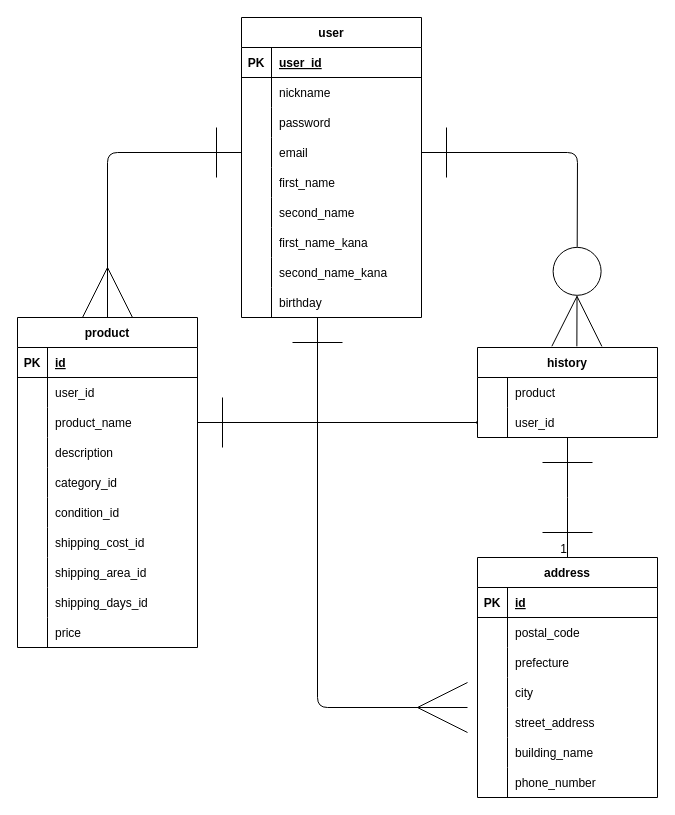
This is test.dio from shimozumakento/furima-laiblitz-a, a draw.io file, before an edit. Source tidied: cells renumbered, new cells numbered last; positions are measured from the earlier drawing's top-left corner, leaving out a move shared by most shapes. Both pictures are drawn from the tidied source at 100%, with x=0, y=0 at pixel (17, 17).
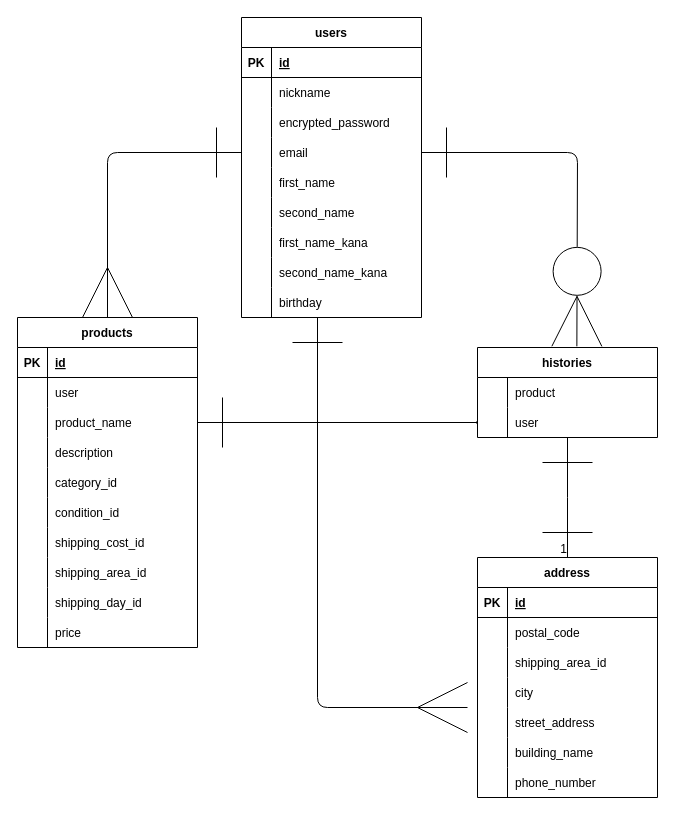
The same diagram, later.

Commit message (it also covers changes not shown here):
データベース設計　修正②

Unchanged cells that the change refers to:
```xml
<mxCell id="3" style="shape=tableRow;horizontal=0;startSize=0;swimlaneHead=0;swimlaneBody=0;fillColor=none;top=0;left=0;right=0;bottom=1;" parent="2" vertex="1">
  <mxGeometry y="30" width="180" height="30" as="geometry" />
</mxCell>
<mxCell id="9" style="shape=tableRow;horizontal=0;startSize=0;swimlaneHead=0;swimlaneBody=0;fillColor=none;top=0;left=0;right=0;bottom=0;" parent="2" vertex="1">
  <mxGeometry y="90" width="180" height="30" as="geometry" />
</mxCell>
<mxCell id="34" style="shape=tableRow;horizontal=0;startSize=0;swimlaneHead=0;swimlaneBody=0;fillColor=none;top=0;left=0;right=0;bottom=0;" parent="30" vertex="1">
  <mxGeometry y="60" width="180" height="30" as="geometry" />
</mxCell>
<mxCell id="55" style="shape=tableRow;horizontal=0;startSize=0;swimlaneHead=0;swimlaneBody=0;fillColor=none;top=0;left=0;right=0;bottom=0;" parent="30" vertex="1">
  <mxGeometry y="270" width="180" height="30" as="geometry" />
</mxCell>
<mxCell id="65" style="shape=tableRow;horizontal=0;startSize=0;swimlaneHead=0;swimlaneBody=0;fillColor=none;points=[[0,0.5],[1,0.5]];portConstraint=eastwest;top=0;left=0;right=0;bottom=0;" parent="61" vertex="1">
  <mxGeometry y="60" width="180" height="30" as="geometry" />
</mxCell>
<mxCell id="78" style="shape=tableRow;horizontal=0;startSize=0;swimlaneHead=0;swimlaneBody=0;fillColor=none;top=0;left=0;right=0;bottom=0;" parent="71" vertex="1">
  <mxGeometry y="90" width="180" height="30" as="geometry" />
</mxCell>
```

Diff of the diagram source:
```diff
@@
-    <mxCell id="2" value="user" style="shape=table;startSize=30;childLayout=tableLayout;rowLines=0;fontStyle=1;align=center;" parent="1" vertex="1">
+    <mxCell id="2" value="users" style="shape=table;startSize=30;childLayout=tableLayout;rowLines=0;fontStyle=1;align=center;" parent="1" vertex="1">
       <mxGeometry x="224" width="180" height="300" as="geometry" />
     </mxCell>
@@
-    <mxCell id="5" value="user_id" style="shape=partialRectangle;fillColor=none;top=0;left=0;bottom=0;right=0;align=left;spacingLeft=6;fontStyle=5;overflow=hidden;" parent="3" vertex="1">
+    <mxCell id="5" value="id" style="shape=partialRectangle;fillColor=none;top=0;left=0;bottom=0;right=0;align=left;spacingLeft=6;fontStyle=5;overflow=hidden;" parent="3" vertex="1">
       <mxGeometry x="30" width="150" height="30" as="geometry" />
     </mxCell>
@@
-    <mxCell id="11" value="password" style="shape=partialRectangle;fillColor=none;top=0;left=0;bottom=0;right=0;align=left;spacingLeft=6;overflow=hidden;" parent="9" vertex="1">
+    <mxCell id="11" value="encrypted_password" style="shape=partialRectangle;fillColor=none;top=0;left=0;bottom=0;right=0;align=left;spacingLeft=6;overflow=hidden;" parent="9" vertex="1">
       <mxGeometry x="30" width="150" height="30" as="geometry" />
     </mxCell>
@@
-    <mxCell id="30" value="product" style="shape=table;startSize=30;childLayout=tableLayout;rowLines=0;fontStyle=1;align=center;" parent="1" vertex="1">
+    <mxCell id="30" value="products" style="shape=table;startSize=30;childLayout=tableLayout;rowLines=0;fontStyle=1;align=center;" parent="1" vertex="1">
       <mxGeometry y="300" width="180" height="330" as="geometry" />
     </mxCell>
@@
-    <mxCell id="36" value="user_id" style="shape=partialRectangle;fillColor=none;top=0;left=0;bottom=0;right=0;align=left;spacingLeft=6;overflow=hidden;" parent="34" vertex="1">
+    <mxCell id="36" value="user" style="shape=partialRectangle;fillColor=none;top=0;left=0;bottom=0;right=0;align=left;spacingLeft=6;overflow=hidden;" parent="34" vertex="1">
       <mxGeometry x="30" width="150" height="30" as="geometry" />
     </mxCell>
@@
-    <mxCell id="57" value="shipping_days_id" style="shape=partialRectangle;fillColor=none;top=0;left=0;bottom=0;right=0;align=left;spacingLeft=6;overflow=hidden;" parent="55" vertex="1">
+    <mxCell id="57" value="shipping_day_id" style="shape=partialRectangle;fillColor=none;top=0;left=0;bottom=0;right=0;align=left;spacingLeft=6;overflow=hidden;" parent="55" vertex="1">
       <mxGeometry x="30" width="150" height="30" as="geometry" />
     </mxCell>
@@
-    <mxCell id="61" value="history" style="shape=table;startSize=30;childLayout=tableLayout;rowLines=0;fontStyle=1;align=center;" parent="1" vertex="1">
+    <mxCell id="61" value="histories" style="shape=table;startSize=30;childLayout=tableLayout;rowLines=0;fontStyle=1;align=center;" parent="1" vertex="1">
       <mxGeometry x="460" y="330" width="180" height="90" as="geometry" />
     </mxCell>
@@
-    <mxCell id="67" value="user_id" style="shape=partialRectangle;fillColor=none;top=0;left=0;bottom=0;right=0;align=left;spacingLeft=6;overflow=hidden;" parent="65" vertex="1">
+    <mxCell id="67" value="user" style="shape=partialRectangle;fillColor=none;top=0;left=0;bottom=0;right=0;align=left;spacingLeft=6;overflow=hidden;" parent="65" vertex="1">
       <mxGeometry x="30" width="150" height="30" as="geometry" />
     </mxCell>
@@
-    <mxCell id="80" value="prefecture" style="shape=partialRectangle;fillColor=none;top=0;left=0;bottom=0;right=0;align=left;spacingLeft=6;overflow=hidden;" parent="78" vertex="1">
+    <mxCell id="80" value="shipping_area_id" style="shape=partialRectangle;fillColor=none;top=0;left=0;bottom=0;right=0;align=left;spacingLeft=6;overflow=hidden;" parent="78" vertex="1">
       <mxGeometry x="30" width="150" height="30" as="geometry" />
     </mxCell>
```
